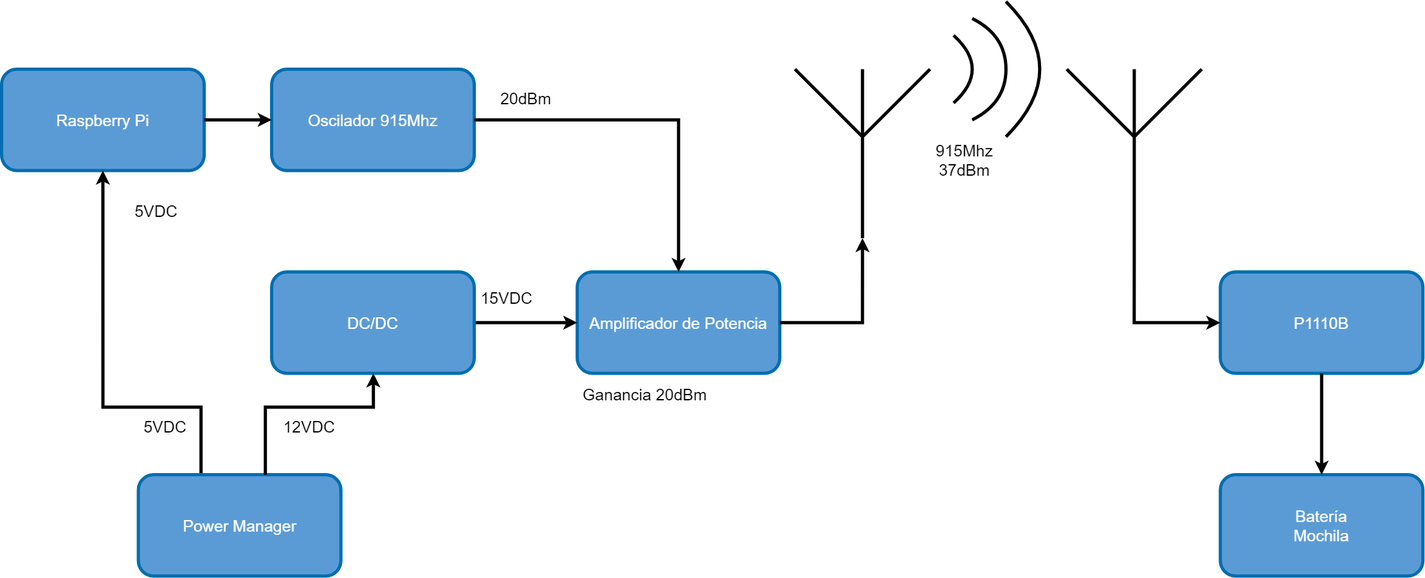
Above: Informe/Ingenieria de Detalle/ImagenesIngenieria de Detalle/EsquemaHardwareAntenas.png in tlondero/Dise-o (draw.io), before the change. Source tidied: cells renumbered, new cells last; positions are measured from the earlier drawing's top-left corner, leaving out a move shared by most shapes. Source of this version:
```xml
<mxGraphModel>
  <root>
    <mxCell id="0" />
    <mxCell id="1" parent="0" />
    <mxCell id="2" value="Raspberry Pi" style="rounded=1;whiteSpace=wrap;html=1;strokeColor=#006EAF;fontColor=#ffffff;fillColor=#5B9BD5;strokeWidth=5;fontSize=25;" parent="1" vertex="1">
      <mxGeometry y="105" width="315" height="157.5" as="geometry" />
    </mxCell>
    <mxCell id="3" value="Oscilador 915Mhz" style="rounded=1;whiteSpace=wrap;html=1;strokeColor=#006EAF;fontColor=#ffffff;fillColor=#5B9BD5;strokeWidth=5;fontSize=25;" parent="1" vertex="1">
      <mxGeometry x="420" y="105" width="315" height="157.5" as="geometry" />
    </mxCell>
    <mxCell id="4" style="edgeStyle=orthogonalEdgeStyle;rounded=0;jettySize=auto;html=1;exitX=1;exitY=0.5;exitDx=0;exitDy=0;entryX=0;entryY=0.5;entryDx=0;entryDy=0;strokeWidth=5;fontSize=25;" parent="1" edge="1" source="2" target="3">
      <mxGeometry x="120" y="-897.5" as="geometry" />
    </mxCell>
    <mxCell id="5" value="Amplificador de Potencia" style="rounded=1;whiteSpace=wrap;html=1;strokeColor=#006EAF;fontColor=#ffffff;fillColor=#5B9BD5;strokeWidth=5;fontSize=25;" parent="1" vertex="1">
      <mxGeometry x="895.1" y="420" width="315" height="157.5" as="geometry" />
    </mxCell>
    <mxCell id="6" style="edgeStyle=orthogonalEdgeStyle;rounded=0;jettySize=auto;html=1;strokeWidth=5;fontSize=25;" parent="1" edge="1" source="3" target="5">
      <mxGeometry x="120" y="-897.5" as="geometry" />
    </mxCell>
    <mxCell id="7" style="verticalLabelPosition=bottom;shadow=0;dashed=0;align=center;html=1;verticalAlign=top;shape=mxgraph.electrical.radio.aerial_-_antenna_1;rotation=0;strokeWidth=5;fontSize=25;" parent="1" vertex="1">
      <mxGeometry x="1233.8" y="105" width="210" height="262.5" as="geometry" />
    </mxCell>
    <mxCell id="8" style="edgeStyle=orthogonalEdgeStyle;rounded=0;jettySize=auto;html=1;entryX=0.5;entryY=1;entryDx=0;entryDy=0;entryPerimeter=0;strokeWidth=5;fontSize=25;" parent="1" edge="1" source="5" target="7">
      <mxGeometry x="120" y="-897.5" as="geometry" />
    </mxCell>
    <mxCell id="9" value="Batería&lt;br style=&quot;font-size: 25px;&quot;&gt;Mochila" style="rounded=1;whiteSpace=wrap;html=1;strokeColor=#006EAF;fontColor=#ffffff;fillColor=#5B9BD5;strokeWidth=5;fontSize=25;" parent="1" vertex="1">
      <mxGeometry x="1895.2" y="735" width="315" height="157.5" as="geometry" />
    </mxCell>
    <mxCell id="10" value="P1110B" style="rounded=1;whiteSpace=wrap;html=1;strokeColor=#006EAF;fontColor=#ffffff;fillColor=#5B9BD5;strokeWidth=5;fontSize=25;" parent="1" vertex="1">
      <mxGeometry x="1895.2" y="420" width="315" height="157.5" as="geometry" />
    </mxCell>
    <mxCell id="11" style="edgeStyle=orthogonalEdgeStyle;rounded=0;jettySize=auto;html=1;startArrow=classic;startFill=1;endArrow=none;endFill=0;strokeWidth=5;fontSize=25;" parent="1" edge="1" source="9" target="10">
      <mxGeometry x="120" y="-897.5" as="geometry" />
    </mxCell>
    <mxCell id="12" style="verticalLabelPosition=bottom;shadow=0;dashed=0;align=center;html=1;verticalAlign=top;shape=mxgraph.electrical.radio.aerial_-_antenna_1;rotation=0;strokeWidth=5;fontSize=25;" parent="1" vertex="1">
      <mxGeometry x="1656.4" y="105" width="210" height="262.5" as="geometry" />
    </mxCell>
    <mxCell id="13" style="edgeStyle=orthogonalEdgeStyle;rounded=0;jettySize=auto;html=1;entryX=0.5;entryY=1;entryDx=0;entryDy=0;entryPerimeter=0;startArrow=classic;startFill=1;endArrow=none;endFill=0;strokeWidth=5;fontSize=25;" parent="1" edge="1" source="10" target="12">
      <mxGeometry x="120" y="-897.5" as="geometry" />
    </mxCell>
    <mxCell id="14" style="curved=1;endArrow=none;html=1;endFill=0;strokeWidth=5;fontSize=25;" parent="1" edge="1">
      <mxGeometry x="120" y="-897.5" as="geometry">
        <mxPoint x="1509.4" y="26.2" as="sourcePoint" />
        <mxPoint x="1509.4" y="183.8" as="targetPoint" />
        <Array as="points">
          <mxPoint x="1561.9" y="52.5" />
          <mxPoint x="1561.9" y="157.5" />
        </Array>
      </mxGeometry>
    </mxCell>
    <mxCell id="15" style="curved=1;endArrow=none;html=1;endFill=0;strokeWidth=5;fontSize=25;" parent="1" edge="1">
      <mxGeometry x="120" y="-897.5" as="geometry">
        <mxPoint x="1561.9" as="sourcePoint" />
        <mxPoint x="1561.9" y="210" as="targetPoint" />
        <Array as="points">
          <mxPoint x="1614.4" y="52.5" />
          <mxPoint x="1614.4" y="157.5" />
        </Array>
      </mxGeometry>
    </mxCell>
    <mxCell id="16" style="curved=1;endArrow=none;html=1;endFill=0;strokeWidth=5;fontSize=25;" parent="1" edge="1">
      <mxGeometry x="120" y="-897.5" as="geometry">
        <mxPoint x="1480.5" y="52.5" as="sourcePoint" />
        <mxPoint x="1480.5" y="157.5" as="targetPoint" />
        <Array as="points">
          <mxPoint x="1509.4" y="78.8" />
          <mxPoint x="1509.4" y="131.2" />
        </Array>
      </mxGeometry>
    </mxCell>
    <mxCell id="17" style="edgeStyle=orthogonalEdgeStyle;rounded=0;jettySize=auto;html=1;entryX=0.5;entryY=1;entryDx=0;entryDy=0;strokeWidth=5;fontSize=25;" parent="1" edge="1" source="18" target="2">
      <mxGeometry x="120" y="-897.5" as="geometry">
        <Array as="points">
          <mxPoint x="310" y="630" />
          <mxPoint x="158" y="630" />
        </Array>
      </mxGeometry>
    </mxCell>
    <mxCell id="18" value="Power Manager" style="rounded=1;whiteSpace=wrap;html=1;strokeColor=#006EAF;fontColor=#ffffff;fillColor=#5B9BD5;strokeWidth=5;fontSize=25;" parent="1" vertex="1">
      <mxGeometry x="212.6" y="735" width="315" height="157.5" as="geometry" />
    </mxCell>
    <mxCell id="19" style="edgeStyle=orthogonalEdgeStyle;rounded=0;jettySize=auto;html=1;entryX=0;entryY=0.5;entryDx=0;entryDy=0;strokeWidth=5;fontSize=25;" parent="1" edge="1" source="20" target="5">
      <mxGeometry x="120" y="-897.5" as="geometry" />
    </mxCell>
    <mxCell id="20" value="DC/DC" style="rounded=1;whiteSpace=wrap;html=1;strokeColor=#006EAF;fontColor=#ffffff;fillColor=#5B9BD5;strokeWidth=5;fontSize=25;" parent="1" vertex="1">
      <mxGeometry x="420" y="420" width="315" height="157.5" as="geometry" />
    </mxCell>
    <mxCell id="21" style="edgeStyle=orthogonalEdgeStyle;rounded=0;jettySize=auto;html=1;strokeWidth=5;fontSize=25;" parent="1" edge="1" source="18" target="20">
      <mxGeometry x="120" y="-897.5" as="geometry">
        <Array as="points">
          <mxPoint x="410" y="630" />
          <mxPoint x="578" y="630" />
        </Array>
      </mxGeometry>
    </mxCell>
    <mxCell id="22" value="5VDC" style="text;html=1;align=center;verticalAlign=middle;strokeColor=none;fillColor=none;strokeWidth=5;fontSize=25;" parent="1" vertex="1">
      <mxGeometry x="200" y="305" width="80" height="40" as="geometry" />
    </mxCell>
    <mxCell id="23" value="15VDC" style="text;html=1;align=center;verticalAlign=middle;strokeColor=none;fillColor=none;strokeWidth=5;fontSize=25;" parent="1" vertex="1">
      <mxGeometry x="735" y="440" width="100" height="40" as="geometry" />
    </mxCell>
    <mxCell id="24" value="915Mhz&lt;br style=&quot;font-size: 25px;&quot;&gt;37dBm" style="text;html=1;align=center;verticalAlign=middle;strokeColor=none;fillColor=none;strokeWidth=5;fontSize=25;" parent="1" vertex="1">
      <mxGeometry x="1447.4" y="211" width="100" height="70" as="geometry" />
    </mxCell>
    <mxCell id="25" value="12VDC" style="text;html=1;align=center;verticalAlign=middle;strokeColor=none;fillColor=none;strokeWidth=5;fontSize=25;" parent="1" vertex="1">
      <mxGeometry x="427.6" y="640" width="100" height="40" as="geometry" />
    </mxCell>
    <mxCell id="26" value="20dBm" style="text;html=1;align=center;verticalAlign=middle;strokeColor=none;fillColor=none;strokeWidth=5;fontSize=25;" parent="1" vertex="1">
      <mxGeometry x="770" y="130" width="90" height="40" as="geometry" />
    </mxCell>
    <mxCell id="27" value="Ganancia 20dBm" style="text;html=1;align=center;verticalAlign=middle;strokeColor=none;fillColor=none;strokeWidth=5;fontSize=25;" parent="1" vertex="1">
      <mxGeometry x="895.1" y="590" width="210" height="40" as="geometry" />
    </mxCell>
    <mxCell id="28" value="5VDC" style="text;html=1;align=center;verticalAlign=middle;strokeColor=none;fillColor=none;strokeWidth=5;fontSize=25;" parent="1" vertex="1">
      <mxGeometry x="214" y="640" width="80" height="40" as="geometry" />
    </mxCell>
  </root>
</mxGraphModel>
```
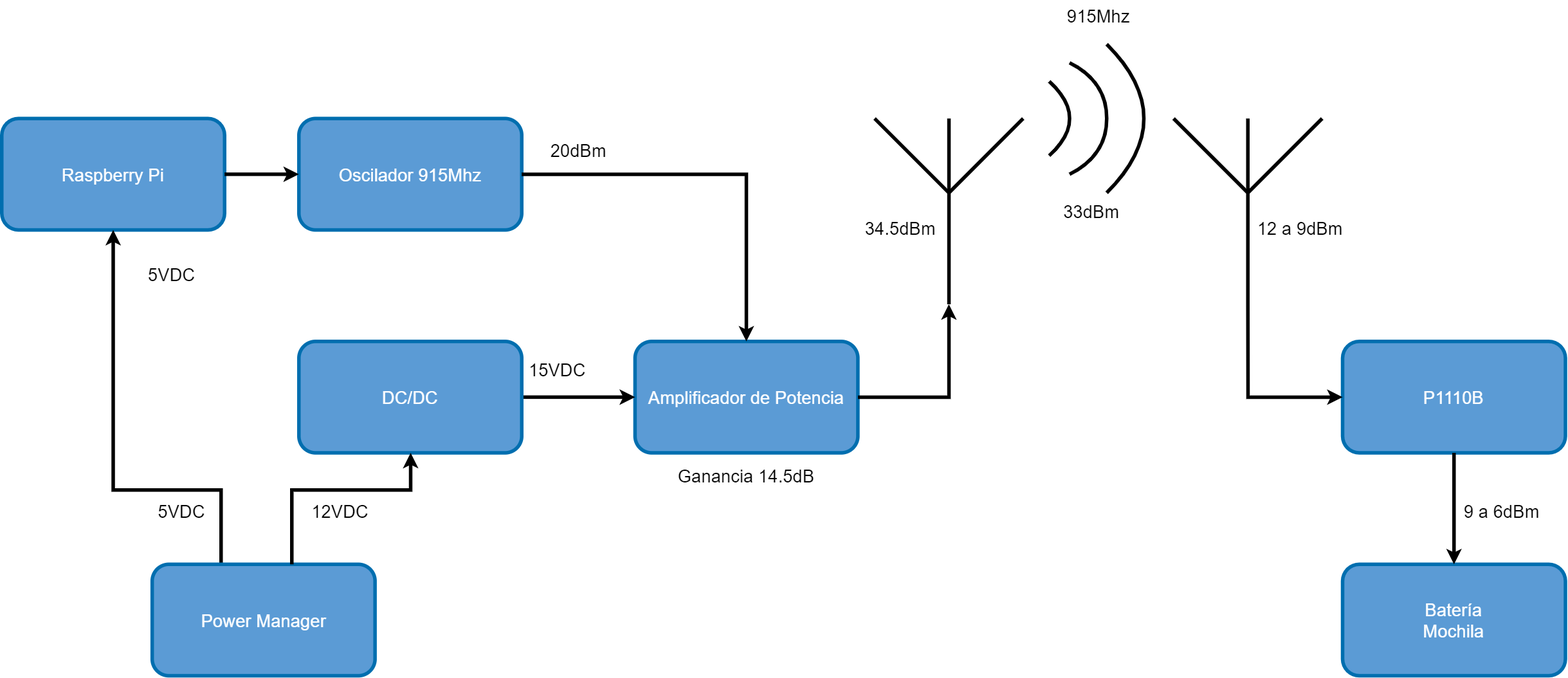
Later version of the same file.

Diff of the diagram source:
```diff
@@ -99,8 +99,8 @@
     <mxCell id="23" value="15VDC" style="text;html=1;align=center;verticalAlign=middle;strokeColor=none;fillColor=none;strokeWidth=5;fontSize=25;" parent="1" vertex="1">
       <mxGeometry x="735" y="440" width="100" height="40" as="geometry" />
     </mxCell>
-    <mxCell id="24" value="915Mhz&lt;br style=&quot;font-size: 25px;&quot;&gt;37dBm" style="text;html=1;align=center;verticalAlign=middle;strokeColor=none;fillColor=none;strokeWidth=5;fontSize=25;" parent="1" vertex="1">
-      <mxGeometry x="1447.4" y="211" width="100" height="70" as="geometry" />
+    <mxCell id="24" value="34.5dBm" style="text;html=1;align=center;verticalAlign=middle;strokeColor=none;fillColor=none;strokeWidth=5;fontSize=25;" parent="1" vertex="1">
+      <mxGeometry x="1210" y="240" width="120" height="40" as="geometry" />
     </mxCell>
     <mxCell id="25" value="12VDC" style="text;html=1;align=center;verticalAlign=middle;strokeColor=none;fillColor=none;strokeWidth=5;fontSize=25;" parent="1" vertex="1">
       <mxGeometry x="427.6" y="640" width="100" height="40" as="geometry" />
@@ -108,11 +108,23 @@
     <mxCell id="26" value="20dBm" style="text;html=1;align=center;verticalAlign=middle;strokeColor=none;fillColor=none;strokeWidth=5;fontSize=25;" parent="1" vertex="1">
       <mxGeometry x="770" y="130" width="90" height="40" as="geometry" />
     </mxCell>
-    <mxCell id="27" value="Ganancia 20dBm" style="text;html=1;align=center;verticalAlign=middle;strokeColor=none;fillColor=none;strokeWidth=5;fontSize=25;" parent="1" vertex="1">
-      <mxGeometry x="895.1" y="590" width="210" height="40" as="geometry" />
+    <mxCell id="27" value="Ganancia 14.5dB" style="text;html=1;align=center;verticalAlign=middle;strokeColor=none;fillColor=none;strokeWidth=5;fontSize=25;" parent="1" vertex="1">
+      <mxGeometry x="946.6" y="590" width="210" height="40" as="geometry" />
     </mxCell>
     <mxCell id="28" value="5VDC" style="text;html=1;align=center;verticalAlign=middle;strokeColor=none;fillColor=none;strokeWidth=5;fontSize=25;" parent="1" vertex="1">
       <mxGeometry x="214" y="640" width="80" height="40" as="geometry" />
     </mxCell>
+    <mxCell id="29" value="915Mhz" style="text;html=1;align=center;verticalAlign=middle;strokeColor=none;fillColor=none;strokeWidth=5;fontSize=25;" parent="1" vertex="1">
+      <mxGeometry x="1500" y="-60" width="100" height="40" as="geometry" />
+    </mxCell>
+    <mxCell id="30" value="33dBm" style="text;html=1;align=center;verticalAlign=middle;strokeColor=none;fillColor=none;strokeWidth=5;fontSize=25;" parent="1" vertex="1">
+      <mxGeometry x="1495" y="216.2" width="90" height="40" as="geometry" />
+    </mxCell>
+    <mxCell id="31" value="12 a 9dBm" style="text;html=1;align=center;verticalAlign=middle;strokeColor=none;fillColor=none;strokeWidth=5;fontSize=25;" parent="1" vertex="1">
+      <mxGeometry x="1765.3" y="240" width="140" height="40" as="geometry" />
+    </mxCell>
+    <mxCell id="32" value="9 a 6dBm" style="text;html=1;align=center;verticalAlign=middle;strokeColor=none;fillColor=none;strokeWidth=5;fontSize=25;" parent="1" vertex="1">
+      <mxGeometry x="2060" y="640" width="120" height="40" as="geometry" />
+    </mxCell>
   </root>
 </mxGraphModel>
```
